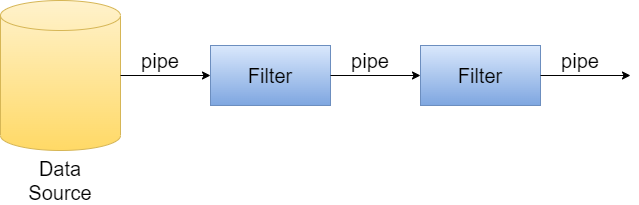
Earlier version of the draw.io export Architectural styles/Dataflow systems/PIpeAndFiltersDiagram.png (smitbmx/Architecture-Diagrams). Source tidied: cells renumbered, new cells last; positions are measured from the earlier drawing's top-left corner, leaving out a move shared by most shapes.
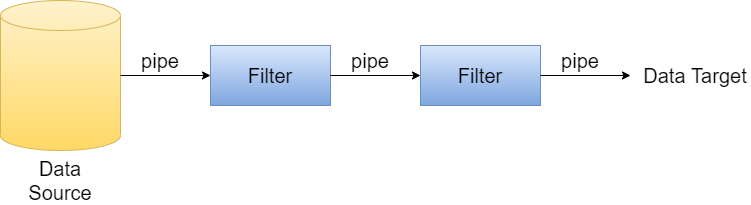
After the change.

Diff of the diagram source:
```diff
@@ -38,5 +38,8 @@
     <mxCell id="11" value="pipe" style="text;html=1;strokeColor=none;fillColor=none;align=center;verticalAlign=middle;whiteSpace=wrap;rounded=0;fontSize=20;" parent="1" vertex="1">
       <mxGeometry x="550" y="45" width="60" height="30" as="geometry" />
     </mxCell>
+    <mxCell id="12" value="Data Target" style="text;html=1;strokeColor=none;fillColor=none;align=center;verticalAlign=middle;whiteSpace=wrap;rounded=0;fontSize=20;" parent="1" vertex="1">
+      <mxGeometry x="640" y="60" width="110" height="30" as="geometry" />
+    </mxCell>
   </root>
 </mxGraphModel>
```
